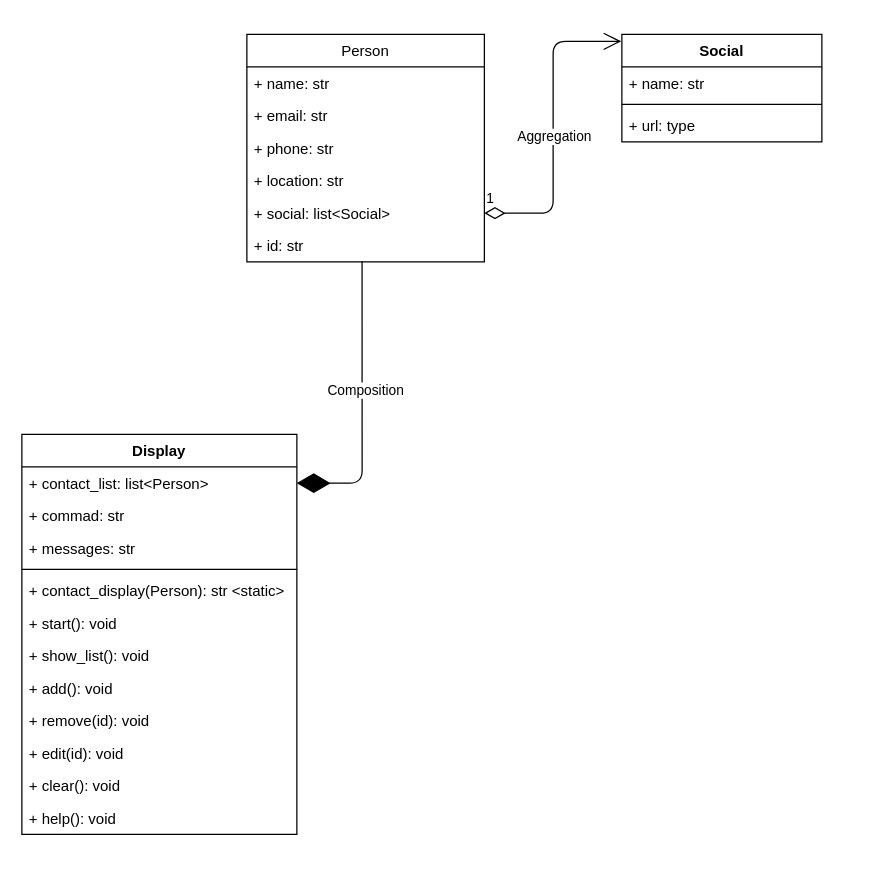
This is UML_Diagram/Contact_list.drawio from fahimfaisaal/contact_list_app, a draw.io file, before an edit. Source tidied: cells renumbered, new cells numbered last; positions are measured from the earlier drawing's top-left corner, leaving out a move shared by most shapes. Both pictures are drawn from the tidied source at 125%, with x=0, y=0 at pixel (21, 34).
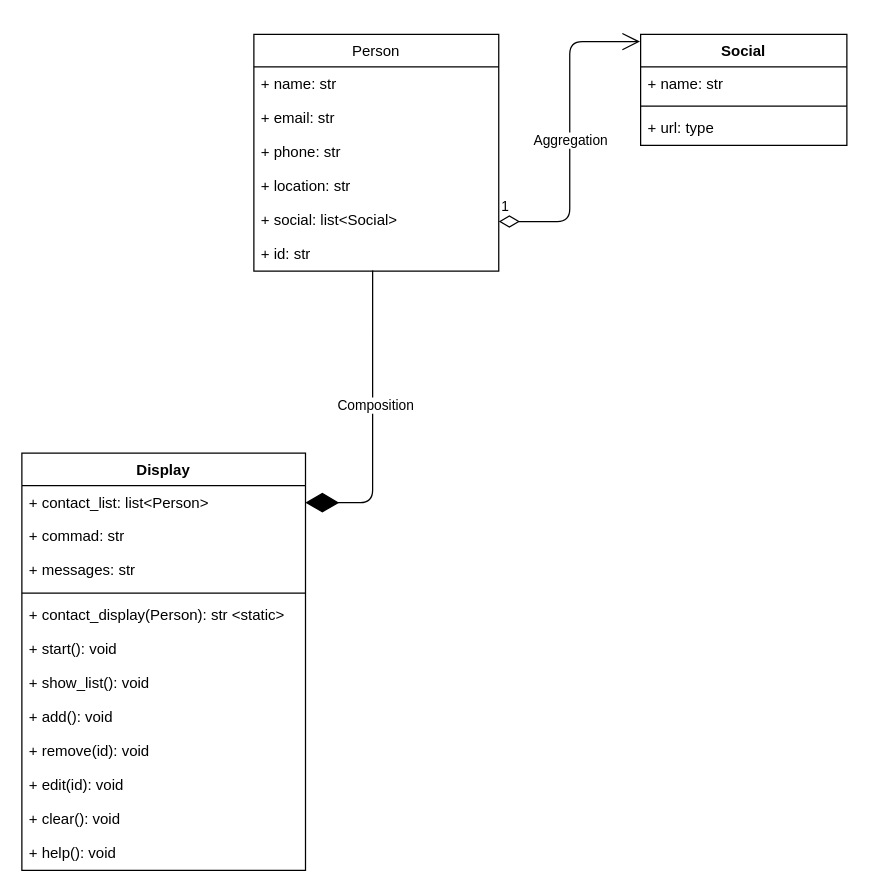
The same page after the edit.

The edit, as a diff of the source:
```diff
@@
+    <mxCell id="30" style="group;" parent="1" vertex="1">
+      <mxGeometry width="660" height="670" as="geometry" />
+    </mxCell>
-    <mxCell id="2" value="Person" style="swimlane;fontStyle=0;horizontal=1;startSize=26;fillColor=none;" parent="1" vertex="1">
-      <mxGeometry x="180" width="190" height="182" as="geometry" />
+    <mxCell id="2" value="Person" style="swimlane;fontStyle=0;horizontal=1;startSize=26;fillColor=none;" parent="30" vertex="1">
+      <mxGeometry x="185.6" width="195.9" height="189.3" as="geometry" />
     </mxCell>
     <mxCell id="3" value="+ name: str" style="text;strokeColor=none;fillColor=none;align=left;verticalAlign=top;spacingLeft=4;spacingRight=4;overflow=hidden;" parent="2" vertex="1">
-      <mxGeometry y="26" width="190" height="26" as="geometry" />
+      <mxGeometry y="26" width="195.9" height="27.2" as="geometry" />
     </mxCell>
     <mxCell id="4" value="+ email: str" style="text;strokeColor=none;fillColor=none;align=left;verticalAlign=top;spacingLeft=4;spacingRight=4;overflow=hidden;" parent="2" vertex="1">
-      <mxGeometry y="52" width="190" height="26" as="geometry" />
+      <mxGeometry y="53.2" width="195.9" height="27.2" as="geometry" />
     </mxCell>
     <mxCell id="5" value="+ phone: str" style="text;strokeColor=none;fillColor=none;align=left;verticalAlign=top;spacingLeft=4;spacingRight=4;overflow=hidden;" parent="2" vertex="1">
-      <mxGeometry y="78" width="190" height="26" as="geometry" />
+      <mxGeometry y="80.4" width="195.9" height="27.2" as="geometry" />
     </mxCell>
     <mxCell id="6" value="+ location: str" style="text;strokeColor=none;fillColor=none;align=left;verticalAlign=top;spacingLeft=4;spacingRight=4;overflow=hidden;" parent="2" vertex="1">
-      <mxGeometry y="104" width="190" height="26" as="geometry" />
+      <mxGeometry y="107.7" width="195.9" height="27.2" as="geometry" />
     </mxCell>
     <mxCell id="7" value="+ social: list&lt;Social&gt;" style="text;strokeColor=none;fillColor=none;align=left;verticalAlign=top;spacingLeft=4;spacingRight=4;overflow=hidden;points=[[0,0.5],[1,0.5]];portConstraint=eastwest;" parent="2" vertex="1">
-      <mxGeometry y="130" width="190" height="26" as="geometry" />
+      <mxGeometry y="134.9" width="195.9" height="27.2" as="geometry" />
     </mxCell>
     <mxCell id="8" value="+ id: str" style="text;strokeColor=none;fillColor=none;align=left;verticalAlign=top;spacingLeft=4;spacingRight=4;overflow=hidden;points=[[0,0.5],[1,0.5]];portConstraint=eastwest;" parent="2" vertex="1">
-      <mxGeometry y="156" width="190" height="26" as="geometry" />
+      <mxGeometry y="162.1" width="195.9" height="27.2" as="geometry" />
     </mxCell>
-    <mxCell id="9" value="Social" style="swimlane;fontStyle=1;align=center;verticalAlign=top;horizontal=1;startSize=26;" parent="1" vertex="1">
-      <mxGeometry x="480" width="160" height="86" as="geometry" />
+    <mxCell id="9" value="Social" style="swimlane;fontStyle=1;align=center;verticalAlign=top;horizontal=1;startSize=26;" parent="30" vertex="1">
+      <mxGeometry x="495" width="165" height="88.8" as="geometry" />
     </mxCell>
     <mxCell id="10" value="+ name: str" style="text;strokeColor=none;fillColor=none;align=left;verticalAlign=top;spacingLeft=4;spacingRight=4;overflow=hidden;" parent="9" vertex="1">
-      <mxGeometry y="26" width="160" height="26" as="geometry" />
+      <mxGeometry y="26" width="165" height="27.2" as="geometry" />
     </mxCell>
     <mxCell id="11" style="line;strokeWidth=1;fillColor=none;align=left;verticalAlign=middle;spacingTop=-1;spacingLeft=3;spacingRight=3;labelPosition=right;" parent="9" vertex="1">
-      <mxGeometry y="52" width="160" height="8" as="geometry" />
+      <mxGeometry y="53.2" width="165" height="8.4" as="geometry" />
     </mxCell>
     <mxCell id="12" value="+ url: type" style="text;strokeColor=none;fillColor=none;align=left;verticalAlign=top;spacingLeft=4;spacingRight=4;overflow=hidden;" parent="9" vertex="1">
-      <mxGeometry y="60" width="160" height="26" as="geometry" />
+      <mxGeometry y="61.6" width="165" height="27.2" as="geometry" />
     </mxCell>
-    <mxCell id="13" value="1" style="endArrow=open;html=1;endSize=12;startArrow=diamondThin;startSize=14;startFill=0;edgeStyle=orthogonalEdgeStyle;align=left;verticalAlign=bottom;entryX=-0.003;entryY=0.065;entryDx=0;entryDy=0;entryPerimeter=0;" parent="1" edge="1" source="7" target="9">
+    <mxCell id="13" value="1" style="endArrow=open;html=1;endSize=12;startArrow=diamondThin;startSize=14;startFill=0;edgeStyle=orthogonalEdgeStyle;align=left;verticalAlign=bottom;entryX=-0.003;entryY=0.065;entryDx=0;entryDy=0;entryPerimeter=0;" parent="30" edge="1" source="7" target="9">
       <mxGeometry x="-1" y="3" relative="1" as="geometry">
         <Array as="points">
-          <mxPoint x="425" y="143" />
-          <mxPoint x="425" y="6" />
+          <mxPoint x="438.3" y="149.7" />
+          <mxPoint x="438.3" y="6.3" />
         </Array>
       </mxGeometry>
     </mxCell>
@@
-    <mxCell id="15" value="Display" style="swimlane;fontStyle=1;align=center;verticalAlign=top;horizontal=1;startSize=26;" parent="1" vertex="1">
-      <mxGeometry y="320" width="220" height="320" as="geometry" />
+    <mxCell id="15" value="Display" style="swimlane;fontStyle=1;align=center;verticalAlign=top;horizontal=1;startSize=26;" parent="30" vertex="1">
+      <mxGeometry y="335" width="226.9" height="333.8" as="geometry" />
     </mxCell>
     <mxCell id="16" value="+ contact_list: list&lt;Person&gt;" style="text;strokeColor=none;fillColor=none;align=left;verticalAlign=top;spacingLeft=4;spacingRight=4;overflow=hidden;points=[[0,0.5],[1,0.5]];portConstraint=eastwest;" parent="15" vertex="1">
-      <mxGeometry y="26" width="220" height="26" as="geometry" />
+      <mxGeometry y="26" width="226.9" height="27.2" as="geometry" />
     </mxCell>
     <mxCell id="17" value="+ commad: str" style="text;strokeColor=none;fillColor=none;align=left;verticalAlign=top;spacingLeft=4;spacingRight=4;overflow=hidden;" parent="15" vertex="1">
-      <mxGeometry y="52" width="220" height="26" as="geometry" />
+      <mxGeometry y="53.2" width="226.9" height="27.2" as="geometry" />
     </mxCell>
     <mxCell id="18" value="+ messages: str" style="text;strokeColor=none;fillColor=none;align=left;verticalAlign=top;spacingLeft=4;spacingRight=4;overflow=hidden;" parent="15" vertex="1">
-      <mxGeometry y="78" width="220" height="26" as="geometry" />
+      <mxGeometry y="80.4" width="226.9" height="27.2" as="geometry" />
     </mxCell>
     <mxCell id="19" style="line;strokeWidth=1;fillColor=none;align=left;verticalAlign=middle;spacingTop=-1;spacingLeft=3;spacingRight=3;labelPosition=right;" parent="15" vertex="1">
-      <mxGeometry y="104" width="220" height="8" as="geometry" />
+      <mxGeometry y="107.7" width="226.9" height="8.4" as="geometry" />
     </mxCell>
     <mxCell id="20" value="+ contact_display(Person): str &lt;static&gt;" style="text;strokeColor=none;fillColor=none;align=left;verticalAlign=top;spacingLeft=4;spacingRight=4;overflow=hidden;" parent="15" vertex="1">
-      <mxGeometry y="112" width="220" height="26" as="geometry" />
+      <mxGeometry y="116" width="226.9" height="27.2" as="geometry" />
     </mxCell>
     <mxCell id="21" value="+ start(): void" style="text;strokeColor=none;fillColor=none;align=left;verticalAlign=top;spacingLeft=4;spacingRight=4;overflow=hidden;" parent="15" vertex="1">
-      <mxGeometry y="138" width="220" height="26" as="geometry" />
+      <mxGeometry y="143.2" width="226.9" height="27.2" as="geometry" />
     </mxCell>
     <mxCell id="22" value="+ show_list(): void" style="text;strokeColor=none;fillColor=none;align=left;verticalAlign=top;spacingLeft=4;spacingRight=4;overflow=hidden;" parent="15" vertex="1">
-      <mxGeometry y="164" width="220" height="26" as="geometry" />
+      <mxGeometry y="170.5" width="226.9" height="27.2" as="geometry" />
     </mxCell>
     <mxCell id="23" value="+ add(): void" style="text;strokeColor=none;fillColor=none;align=left;verticalAlign=top;spacingLeft=4;spacingRight=4;overflow=hidden;" parent="15" vertex="1">
-      <mxGeometry y="190" width="220" height="26" as="geometry" />
+      <mxGeometry y="197.7" width="226.9" height="27.2" as="geometry" />
     </mxCell>
     <mxCell id="24" value="+ remove(id): void" style="text;strokeColor=none;fillColor=none;align=left;verticalAlign=top;spacingLeft=4;spacingRight=4;overflow=hidden;" parent="15" vertex="1">
-      <mxGeometry y="216" width="220" height="26" as="geometry" />
+      <mxGeometry y="224.9" width="226.9" height="27.2" as="geometry" />
     </mxCell>
     <mxCell id="25" value="+ edit(id): void" style="text;strokeColor=none;fillColor=none;align=left;verticalAlign=top;spacingLeft=4;spacingRight=4;overflow=hidden;" parent="15" vertex="1">
-      <mxGeometry y="242" width="220" height="26" as="geometry" />
+      <mxGeometry y="252.1" width="226.9" height="27.2" as="geometry" />
     </mxCell>
     <mxCell id="26" value="+ clear(): void" style="text;strokeColor=none;fillColor=none;align=left;verticalAlign=top;spacingLeft=4;spacingRight=4;overflow=hidden;" parent="15" vertex="1">
-      <mxGeometry y="268" width="220" height="26" as="geometry" />
+      <mxGeometry y="279.3" width="226.9" height="27.2" as="geometry" />
     </mxCell>
     <mxCell id="27" value="+ help(): void" style="text;strokeColor=none;fillColor=none;align=left;verticalAlign=top;spacingLeft=4;spacingRight=4;overflow=hidden;" parent="15" vertex="1">
-      <mxGeometry y="294" width="220" height="26" as="geometry" />
+      <mxGeometry y="306.6" width="226.9" height="27.2" as="geometry" />
     </mxCell>
-    <mxCell id="28" style="endArrow=diamondThin;endFill=1;endSize=24;html=1;entryX=1;entryY=0.5;entryDx=0;entryDy=0;edgeStyle=orthogonalEdgeStyle;exitX=0.485;exitY=0.984;exitDx=0;exitDy=0;exitPerimeter=0;" parent="1" edge="1" source="8" target="16">
+    <mxCell id="28" style="endArrow=diamondThin;endFill=1;endSize=24;html=1;entryX=1;entryY=0.5;entryDx=0;entryDy=0;edgeStyle=orthogonalEdgeStyle;exitX=0.485;exitY=0.984;exitDx=0;exitDy=0;exitPerimeter=0;" parent="30" edge="1" source="8" target="16">
       <mxGeometry relative="1" as="geometry" />
     </mxCell>
```
